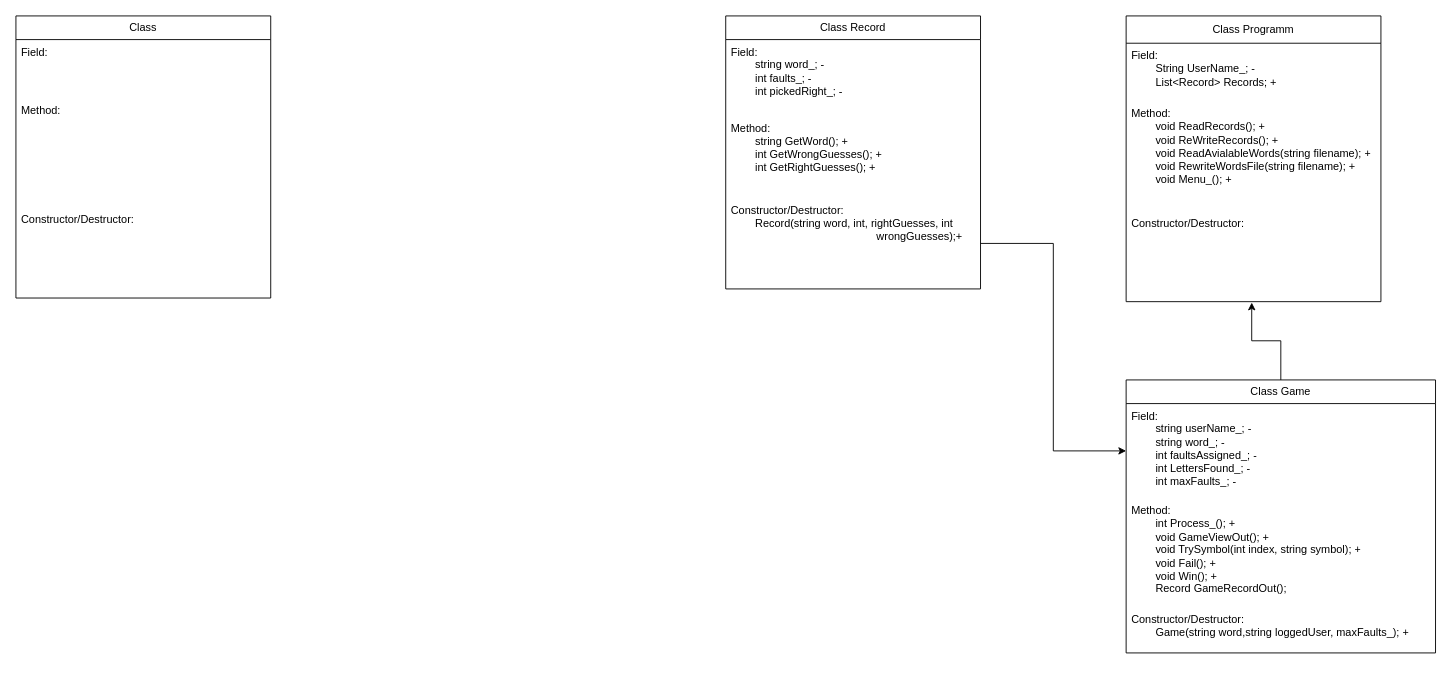
This is Hanged Man UML.drawio from RiftSquadronFounder/Hanged-Man, a draw.io file, before an edit. Source tidied: cells renumbered, new cells numbered last; positions are measured from the earlier drawing's top-left corner, leaving out a move shared by most shapes. Both pictures are drawn from the tidied source at 91%, with x=0, y=0 at pixel (15, 15).
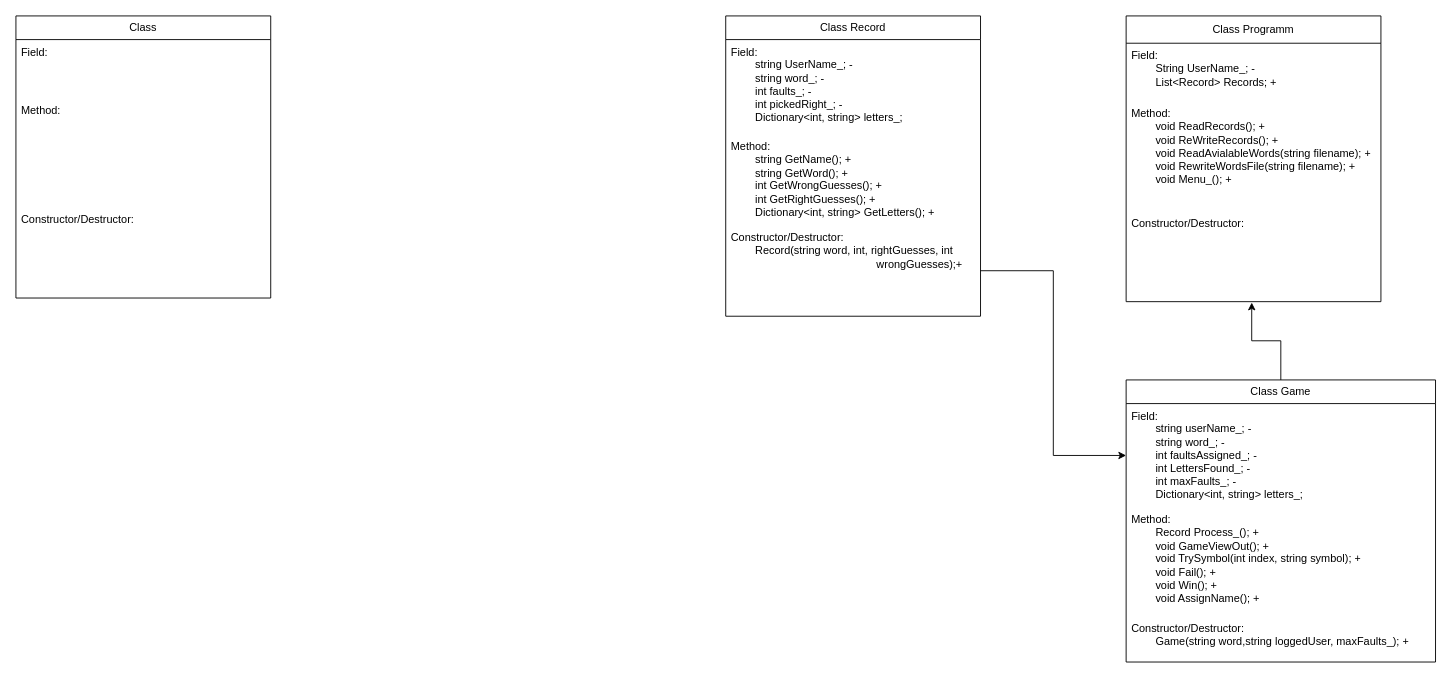
The same diagram, later.

Diff of the diagram source:
```diff
@@
 <mxGraphModel>
   <root>
     <mxCell id="0" />
     <mxCell id="1" parent="0" />
     <mxCell id="2" value="Class" style="swimlane;fontStyle=0;horizontal=1;startSize=26;fillColor=none;whiteSpace=wrap;html=1;" parent="1" vertex="1">
       <mxGeometry width="280" height="310" as="geometry" />
     </mxCell>
     <mxCell id="3" value="Field:&amp;nbsp;" style="text;strokeColor=none;fillColor=none;align=left;verticalAlign=top;spacingLeft=4;spacingRight=4;overflow=hidden;whiteSpace=wrap;html=1;" parent="2" vertex="1">
       <mxGeometry y="26" width="280" height="64" as="geometry" />
     </mxCell>
     <mxCell id="4" value="Method:" style="text;strokeColor=none;fillColor=none;align=left;verticalAlign=top;spacingLeft=4;spacingRight=4;overflow=hidden;whiteSpace=wrap;html=1;" parent="2" vertex="1">
       <mxGeometry y="90" width="280" height="120" as="geometry" />
     </mxCell>
     <mxCell id="5" value="Constructor/Destructor:" style="text;strokeColor=none;fillColor=none;align=left;verticalAlign=top;spacingLeft=4;spacingRight=4;overflow=hidden;whiteSpace=wrap;html=1;" parent="2" vertex="1">
       <mxGeometry y="210" width="280" height="100" as="geometry" />
     </mxCell>
     <mxCell id="6" value="Class Programm" style="swimlane;fontStyle=0;horizontal=1;startSize=30;fillColor=none;whiteSpace=wrap;html=1;" parent="1" vertex="1">
       <mxGeometry x="1220" width="280" height="314" as="geometry" />
     </mxCell>
     <mxCell id="7" value="Field:&amp;nbsp;&lt;div&gt;&lt;span style=&quot;white-space: pre;&quot;&gt;&#9;&lt;/span&gt;String UserName_; -&lt;br&gt;&lt;/div&gt;&lt;div&gt;&lt;span style=&quot;white-space: pre;&quot;&gt;&#9;&lt;/span&gt;List&amp;lt;Record&amp;gt; Records; +&lt;br&gt;&lt;/div&gt;" style="text;strokeColor=none;fillColor=none;align=left;verticalAlign=top;spacingLeft=4;spacingRight=4;overflow=hidden;whiteSpace=wrap;html=1;" parent="6" vertex="1">
       <mxGeometry y="30" width="280" height="64" as="geometry" />
     </mxCell>
     <mxCell id="8" value="Method:&lt;div&gt;&lt;div&gt;&lt;div&gt;&lt;span style=&quot;white-space: pre;&quot;&gt;&#9;&lt;/span&gt;&lt;span style=&quot;background-color: transparent; color: light-dark(rgb(0, 0, 0), rgb(255, 255, 255));&quot;&gt;void ReadRecords(); +&lt;/span&gt;&lt;br&gt;&lt;/div&gt;&lt;div&gt;&lt;span style=&quot;white-space: pre;&quot;&gt;&#9;&lt;/span&gt;void ReWriteRecords(); +&lt;br&gt;&lt;div&gt;&lt;span style=&quot;white-space: pre;&quot;&gt;&#9;&lt;/span&gt;void ReadAvialableWords(string filename); +&lt;br&gt;&lt;/div&gt;&lt;div&gt;&lt;span style=&quot;white-space: pre;&quot;&gt;&#9;&lt;/span&gt;void RewriteWordsFile(string filename); +&lt;/div&gt;&lt;/div&gt;&lt;/div&gt;&lt;div&gt;&lt;span style=&quot;white-space: pre;&quot;&gt;&#9;&lt;/span&gt;void Menu_(); +&lt;br&gt;&lt;/div&gt;&lt;/div&gt;" style="text;strokeColor=none;fillColor=none;align=left;verticalAlign=top;spacingLeft=4;spacingRight=4;overflow=hidden;whiteSpace=wrap;html=1;" parent="6" vertex="1">
       <mxGeometry y="94" width="280" height="120" as="geometry" />
     </mxCell>
     <mxCell id="9" value="Constructor/Destructor:" style="text;strokeColor=none;fillColor=none;align=left;verticalAlign=top;spacingLeft=4;spacingRight=4;overflow=hidden;points=[[0,0.5],[1,0.5]];portConstraint=eastwest;whiteSpace=wrap;html=1;" parent="6" vertex="1">
       <mxGeometry y="214" width="280" height="100" as="geometry" />
     </mxCell>
     <mxCell id="10" value="Class Game" style="swimlane;fontStyle=0;horizontal=1;startSize=26;fillColor=none;whiteSpace=wrap;html=1;" parent="1" vertex="1">
-      <mxGeometry x="1220" y="400" width="340" height="300" as="geometry" />
+      <mxGeometry x="1220" y="400" width="340" height="310" as="geometry" />
     </mxCell>
-    <mxCell id="11" value="Field:&lt;div&gt;&lt;span style=&quot;white-space: pre;&quot;&gt;&#9;&lt;/span&gt;string userName_; -&amp;nbsp;&lt;div&gt;&lt;span style=&quot;white-space: pre;&quot;&gt;&#9;&lt;/span&gt;string word_; -&lt;br&gt;&lt;/div&gt;&lt;div&gt;&lt;span style=&quot;white-space: pre;&quot;&gt;&#9;&lt;/span&gt;int faultsAssigned_; -&lt;br&gt;&lt;/div&gt;&lt;div&gt;&lt;span style=&quot;white-space: pre;&quot;&gt;&#9;&lt;/span&gt;int LettersFound_; -&lt;br&gt;&lt;/div&gt;&lt;div&gt;&lt;span style=&quot;white-space: pre;&quot;&gt;&#9;&lt;/span&gt;int maxFaults_; -&lt;br&gt;&lt;/div&gt;&lt;/div&gt;" style="text;strokeColor=none;fillColor=none;align=left;verticalAlign=top;spacingLeft=4;spacingRight=4;overflow=hidden;points=[[0,0.5],[1,0.5]];portConstraint=eastwest;whiteSpace=wrap;html=1;" parent="10" vertex="1">
-      <mxGeometry y="26" width="340" height="104" as="geometry" />
+    <mxCell id="11" value="Field:&lt;div&gt;&lt;span style=&quot;white-space: pre;&quot;&gt;&#9;&lt;/span&gt;string userName_; -&amp;nbsp;&lt;div&gt;&lt;span style=&quot;white-space: pre;&quot;&gt;&#9;&lt;/span&gt;string word_; -&lt;br&gt;&lt;/div&gt;&lt;div&gt;&lt;span style=&quot;white-space: pre;&quot;&gt;&#9;&lt;/span&gt;int faultsAssigned_; -&lt;br&gt;&lt;/div&gt;&lt;div&gt;&lt;span style=&quot;white-space: pre;&quot;&gt;&#9;&lt;/span&gt;int LettersFound_; -&lt;br&gt;&lt;/div&gt;&lt;div&gt;&lt;span style=&quot;white-space: pre;&quot;&gt;&#9;&lt;/span&gt;int maxFaults_; -&lt;br&gt;&lt;/div&gt;&lt;/div&gt;&lt;div&gt;&lt;span style=&quot;white-space: pre;&quot;&gt;&#9;&lt;/span&gt;&lt;span style=&quot;background-color: transparent; color: light-dark(rgb(0, 0, 0), rgb(255, 255, 255));&quot;&gt;Dictionary&amp;lt;int, string&amp;gt; letters_;&lt;/span&gt;&lt;br&gt;&lt;/div&gt;" style="text;strokeColor=none;fillColor=none;align=left;verticalAlign=top;spacingLeft=4;spacingRight=4;overflow=hidden;points=[[0,0.5],[1,0.5]];portConstraint=eastwest;whiteSpace=wrap;html=1;" parent="10" vertex="1">
+      <mxGeometry y="26" width="340" height="114" as="geometry" />
     </mxCell>
-    <mxCell id="12" value="Method:&lt;div&gt;&lt;span style=&quot;white-space: pre;&quot;&gt;&#9;&lt;/span&gt;int Process_(); +&lt;br&gt;&lt;div&gt;&lt;span style=&quot;white-space: pre;&quot;&gt;&#9;&lt;/span&gt;void&amp;nbsp;GameViewOut(); +&lt;br&gt;&lt;/div&gt;&lt;div&gt;&lt;span style=&quot;white-space: pre;&quot;&gt;&#9;&lt;/span&gt;void TrySymbol(int index, string symbol); +&lt;br&gt;&lt;/div&gt;&lt;div&gt;&lt;span style=&quot;white-space: pre;&quot;&gt;&#9;&lt;/span&gt;void Fail(); +&lt;br&gt;&lt;/div&gt;&lt;div&gt;&lt;span style=&quot;white-space: pre;&quot;&gt;&#9;&lt;/span&gt;void Win(); +&lt;br&gt;&lt;/div&gt;&lt;div&gt;&lt;span style=&quot;white-space: pre;&quot;&gt;&#9;&lt;/span&gt;Record GameRecordOut();&lt;br&gt;&lt;/div&gt;&lt;div&gt;&lt;br&gt;&lt;/div&gt;&lt;/div&gt;" style="text;strokeColor=none;fillColor=none;align=left;verticalAlign=top;spacingLeft=4;spacingRight=4;overflow=hidden;whiteSpace=wrap;html=1;" parent="10" vertex="1">
-      <mxGeometry y="130" width="340" height="120" as="geometry" />
+    <mxCell id="12" value="Method:&lt;div&gt;&lt;span style=&quot;white-space: pre;&quot;&gt;&#9;&lt;/span&gt;Record Process_(); +&lt;br&gt;&lt;div&gt;&lt;span style=&quot;white-space: pre;&quot;&gt;&#9;&lt;/span&gt;void&amp;nbsp;GameViewOut(); +&lt;br&gt;&lt;/div&gt;&lt;div&gt;&lt;span style=&quot;white-space: pre;&quot;&gt;&#9;&lt;/span&gt;void TrySymbol(int index, string symbol); +&lt;br&gt;&lt;/div&gt;&lt;div&gt;&lt;span style=&quot;white-space: pre;&quot;&gt;&#9;&lt;/span&gt;void Fail(); +&lt;br&gt;&lt;/div&gt;&lt;div&gt;&lt;span style=&quot;white-space: pre;&quot;&gt;&#9;&lt;/span&gt;void Win(); +&lt;/div&gt;&lt;div&gt;&lt;span style=&quot;white-space: pre;&quot;&gt;&#9;&lt;/span&gt;void AssignName(); +&lt;br&gt;&lt;/div&gt;&lt;/div&gt;&lt;div&gt;&lt;br&gt;&lt;/div&gt;" style="text;strokeColor=none;fillColor=none;align=left;verticalAlign=top;spacingLeft=4;spacingRight=4;overflow=hidden;whiteSpace=wrap;html=1;" parent="10" vertex="1">
+      <mxGeometry y="140" width="340" height="120" as="geometry" />
     </mxCell>
     <mxCell id="13" value="Constructor/Destructor:&lt;div&gt;&lt;span style=&quot;white-space: pre;&quot;&gt;&#9;&lt;/span&gt;Game(string word,string loggedUser, maxFaults_); +&lt;br&gt;&lt;/div&gt;" style="text;strokeColor=none;fillColor=none;align=left;verticalAlign=top;spacingLeft=4;spacingRight=4;overflow=hidden;whiteSpace=wrap;html=1;" parent="10" vertex="1">
-      <mxGeometry y="250" width="340" height="50" as="geometry" />
+      <mxGeometry y="260" width="340" height="50" as="geometry" />
     </mxCell>
     <mxCell id="14" style="edgeStyle=orthogonalEdgeStyle;rounded=0;jettySize=auto;html=1;entryX=0.493;entryY=1.01;entryDx=0;entryDy=0;entryPerimeter=0;" parent="1" edge="1" source="10" target="9">
       <mxGeometry relative="1" as="geometry" />
     </mxCell>
     <mxCell id="15" value="Class Record" style="swimlane;fontStyle=0;horizontal=1;startSize=26;fillColor=none;whiteSpace=wrap;html=1;" parent="1" vertex="1">
-      <mxGeometry x="780" width="280" height="300" as="geometry" />
+      <mxGeometry x="780" width="280" height="330" as="geometry" />
     </mxCell>
-    <mxCell id="16" value="Field:&amp;nbsp;&lt;div&gt;&lt;span style=&quot;white-space: pre;&quot;&gt;&#9;&lt;/span&gt;string word_; -&lt;br&gt;&lt;/div&gt;&lt;div&gt;&lt;span style=&quot;white-space: pre;&quot;&gt;&#9;&lt;/span&gt;int faults_; -&lt;br&gt;&lt;/div&gt;&lt;div&gt;&lt;span style=&quot;white-space: pre;&quot;&gt;&#9;&lt;/span&gt;int pickedRight_; -&lt;br&gt;&lt;/div&gt;" style="text;strokeColor=none;fillColor=none;align=left;verticalAlign=top;spacingLeft=4;spacingRight=4;overflow=hidden;whiteSpace=wrap;html=1;" parent="15" vertex="1">
-      <mxGeometry y="26" width="280" height="84" as="geometry" />
+    <mxCell id="16" value="Field:&amp;nbsp;&lt;div&gt;&lt;span style=&quot;white-space: pre;&quot;&gt;&#9;&lt;/span&gt;string UserName_; -&lt;br&gt;&lt;div&gt;&lt;span style=&quot;white-space: pre;&quot;&gt;&#9;&lt;/span&gt;string word_; -&lt;br&gt;&lt;/div&gt;&lt;div&gt;&lt;span style=&quot;white-space: pre;&quot;&gt;&#9;&lt;/span&gt;int faults_; -&lt;br&gt;&lt;/div&gt;&lt;div&gt;&lt;span style=&quot;white-space: pre;&quot;&gt;&#9;&lt;/span&gt;int pickedRight_; -&lt;br&gt;&lt;/div&gt;&lt;/div&gt;&lt;div&gt;&lt;span style=&quot;white-space: pre;&quot;&gt;&#9;&lt;/span&gt;Dictionary&amp;lt;int, string&amp;gt; letters_;&lt;br&gt;&lt;/div&gt;" style="text;strokeColor=none;fillColor=none;align=left;verticalAlign=top;spacingLeft=4;spacingRight=4;overflow=hidden;whiteSpace=wrap;html=1;" parent="15" vertex="1">
+      <mxGeometry y="26" width="280" height="104" as="geometry" />
     </mxCell>
-    <mxCell id="17" value="Method:&lt;div&gt;&lt;span style=&quot;white-space: pre;&quot;&gt;&#9;&lt;/span&gt;string GetWord(); +&lt;br&gt;&lt;/div&gt;&lt;div&gt;&lt;span style=&quot;white-space: pre;&quot;&gt;&#9;&lt;/span&gt;int GetWrongGuesses(); +&lt;br&gt;&lt;/div&gt;&lt;div&gt;&lt;span style=&quot;white-space: pre;&quot;&gt;&#9;&lt;/span&gt;int GetRightGuesses(); +&lt;br&gt;&lt;/div&gt;" style="text;strokeColor=none;fillColor=none;align=left;verticalAlign=top;spacingLeft=4;spacingRight=4;overflow=hidden;whiteSpace=wrap;html=1;" parent="15" vertex="1">
-      <mxGeometry y="110" width="280" height="90" as="geometry" />
+    <mxCell id="17" value="Method:&lt;div&gt;&lt;span style=&quot;white-space: pre;&quot;&gt;&#9;&lt;/span&gt;string GetName(); +&lt;br&gt;&lt;div&gt;&lt;span style=&quot;white-space: pre;&quot;&gt;&#9;&lt;/span&gt;string GetWord(); +&lt;br&gt;&lt;/div&gt;&lt;div&gt;&lt;span style=&quot;white-space: pre;&quot;&gt;&#9;&lt;/span&gt;int GetWrongGuesses(); +&lt;br&gt;&lt;/div&gt;&lt;div&gt;&lt;span style=&quot;white-space: pre;&quot;&gt;&#9;&lt;/span&gt;int GetRightGuesses(); +&lt;br&gt;&lt;/div&gt;&lt;/div&gt;&lt;div&gt;&lt;span style=&quot;white-space: pre;&quot;&gt;&#9;&lt;/span&gt;Dictionary&amp;lt;int, string&amp;gt; GetLetters(); +&lt;br&gt;&lt;/div&gt;" style="text;strokeColor=none;fillColor=none;align=left;verticalAlign=top;spacingLeft=4;spacingRight=4;overflow=hidden;whiteSpace=wrap;html=1;" parent="15" vertex="1">
+      <mxGeometry y="130" width="280" height="100" as="geometry" />
     </mxCell>
     <mxCell id="18" value="Constructor/Destructor:&lt;div&gt;&lt;span style=&quot;white-space: pre;&quot;&gt;&#9;&lt;/span&gt;Record(string word, int, rightGuesses, int &lt;span style=&quot;white-space: pre;&quot;&gt;&#9;&lt;/span&gt;&lt;span style=&quot;white-space: pre;&quot;&gt;&#9;&lt;/span&gt;&lt;span style=&quot;white-space: pre;&quot;&gt;&#9;&lt;/span&gt;&lt;span style=&quot;white-space: pre;&quot;&gt;&#9;&lt;/span&gt;&lt;span style=&quot;white-space: pre;&quot;&gt;&#9;&lt;/span&gt;&lt;span style=&quot;white-space: pre;&quot;&gt;&#9;&lt;/span&gt;wrongGuesses);+&lt;br&gt;&lt;/div&gt;" style="text;strokeColor=none;fillColor=none;align=left;verticalAlign=top;spacingLeft=4;spacingRight=4;overflow=hidden;points=[[0,0.5],[1,0.5]];portConstraint=eastwest;whiteSpace=wrap;html=1;" parent="15" vertex="1">
-      <mxGeometry y="200" width="280" height="100" as="geometry" />
+      <mxGeometry y="230" width="280" height="100" as="geometry" />
     </mxCell>
     <mxCell id="19" style="edgeStyle=orthogonalEdgeStyle;rounded=0;jettySize=auto;html=1;entryX=0;entryY=0.5;entryDx=0;entryDy=0;" parent="1" edge="1" source="18" target="11">
       <mxGeometry relative="1" as="geometry" />
     </mxCell>
   </root>
 </mxGraphModel>
```
